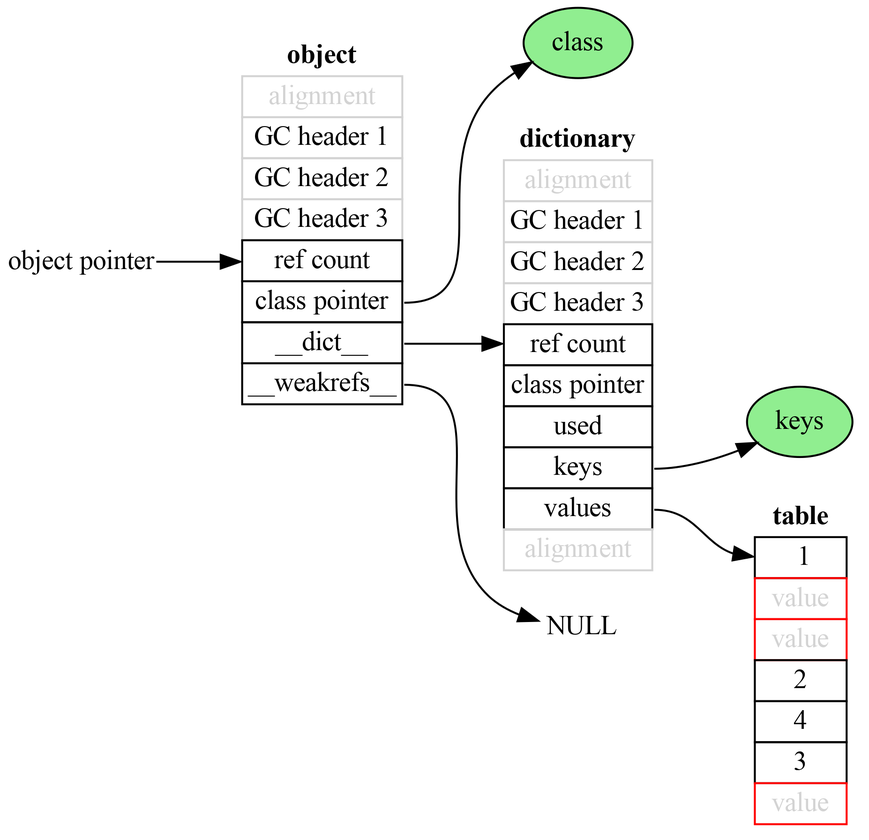
Before: shrinking_object/python_object_layout_33_red.gv.png, a diagram exported from Graphviz (markshannon/311_release_party). Its source is kept beside it as shrinking_object/python_object_layout_33_red.gv.
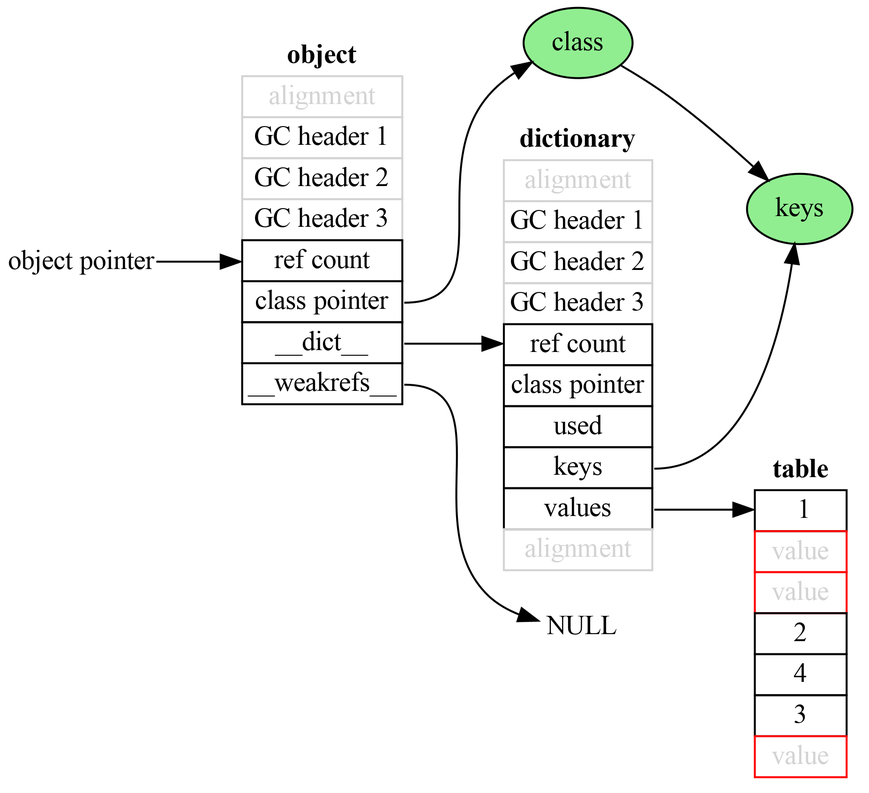
Later version of the same file.

What changed in the source:
```diff
@@ -60,6 +60,7 @@
 
     object:weak ->  NULL
     object:cls -> class
+    class -> keys
     object:dict -> dictionary:p0
     dictionary:values -> values:p0
     dictionary:keys -> keys
```
